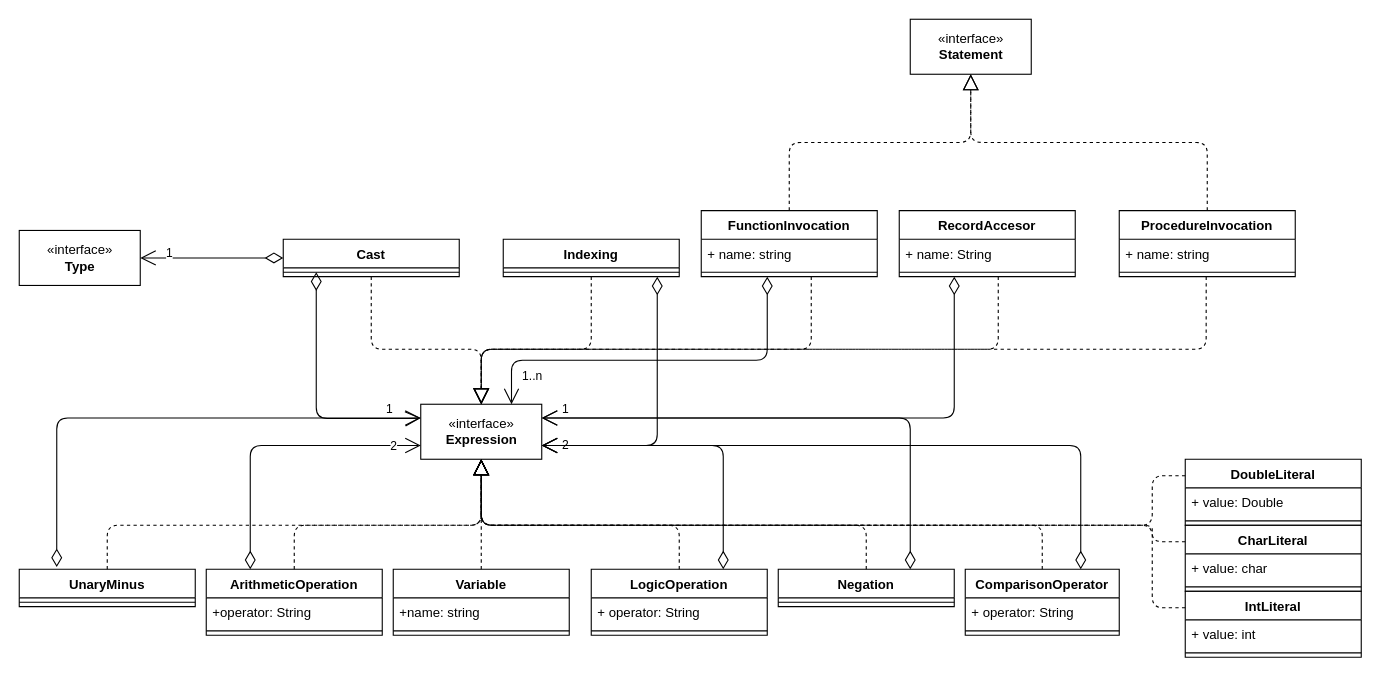
Before: uml/expressions.drawio in ludvij/C-minus-minus, a draw.io diagram. Source tidied: cells renumbered, new cells numbered last; positions are measured from the earlier drawing's top-left corner, leaving out a move shared by most shapes. Both pictures are drawn from the tidied source at 110%, with x=0, y=0 at pixel (19, 19).
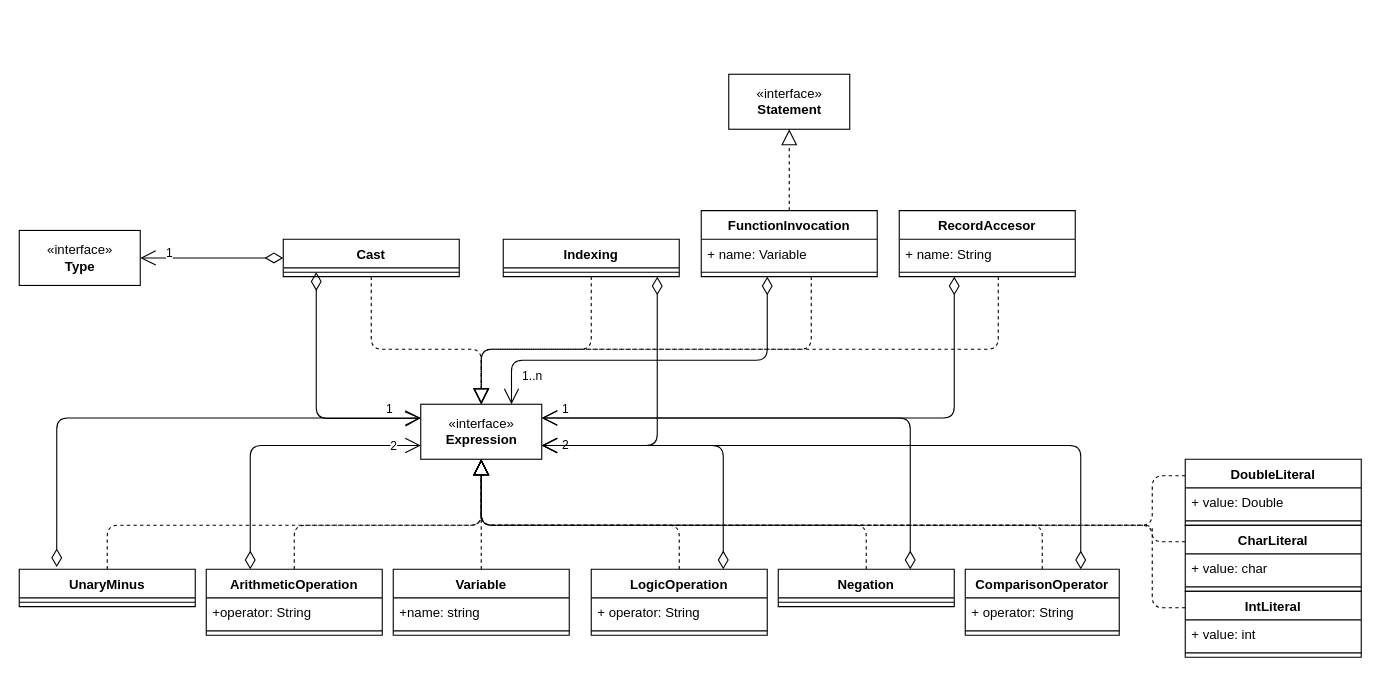
The same diagram, later.

Unchanged cells that the change refers to:
```xml
<mxCell id="11" value="«interface»&lt;br&gt;&lt;div&gt;&lt;b&gt;Expression&lt;/b&gt;&lt;/div&gt;" style="html=1;" parent="1" vertex="1">
  <mxGeometry x="365" y="350" width="110" height="50" as="geometry" />
</mxCell>
<mxCell id="50" value="FunctionInvocation" style="swimlane;fontStyle=1;align=center;verticalAlign=top;horizontal=1;startSize=26;" parent="1" vertex="1">
  <mxGeometry x="620" y="174" width="160" height="60" as="geometry" />
</mxCell>
```

What changed in the source:
```diff
@@
-    <mxCell id="47" value="ProcedureInvocation" style="swimlane;fontStyle=1;align=center;verticalAlign=top;horizontal=1;startSize=26;" parent="1" vertex="1">
-      <mxGeometry x="1000" y="174" width="160" height="60" as="geometry" />
-    </mxCell>
-    <mxCell id="48" value="+ name: string" style="text;strokeColor=none;fillColor=none;align=left;verticalAlign=top;spacingLeft=4;spacingRight=4;overflow=hidden;" parent="47" vertex="1">
-      <mxGeometry y="26" width="160" height="26" as="geometry" />
-    </mxCell>
-    <mxCell id="49" style="line;strokeWidth=1;fillColor=none;align=left;verticalAlign=middle;spacingTop=-1;spacingLeft=3;spacingRight=3;labelPosition=right;points=[];portConstraint=eastwest;" parent="47" vertex="1">
-      <mxGeometry y="52" width="160" height="8" as="geometry" />
-    </mxCell>
@@
-    <mxCell id="51" value="+ name: string" style="text;strokeColor=none;fillColor=none;align=left;verticalAlign=top;spacingLeft=4;spacingRight=4;overflow=hidden;" parent="50" vertex="1">
+    <mxCell id="51" value="+ name: Variable" style="text;strokeColor=none;fillColor=none;align=left;verticalAlign=top;spacingLeft=4;spacingRight=4;overflow=hidden;" parent="50" vertex="1">
       <mxGeometry y="26" width="160" height="26" as="geometry" />
     </mxCell>
@@
-    <mxCell id="53" style="endArrow=block;dashed=1;endFill=0;endSize=12;html=1;rounded=1;exitX=0.494;exitY=1;exitDx=0;exitDy=0;exitPerimeter=0;entryX=0.5;entryY=0;entryDx=0;entryDy=0;" parent="1" edge="1" source="49" target="11">
-      <mxGeometry relative="1" as="geometry">
-        <Array as="points">
-          <mxPoint x="1079" y="300" />
-          <mxPoint x="420" y="300" />
-        </Array>
-      </mxGeometry>
-    </mxCell>
     <mxCell id="54" value="«interface»&lt;br&gt;&lt;div&gt;&lt;b&gt;Statement&lt;/b&gt;&lt;/div&gt;" style="html=1;" parent="1" vertex="1">
-      <mxGeometry x="810" width="110" height="50" as="geometry" />
+      <mxGeometry x="645" y="50" width="110" height="50" as="geometry" />
     </mxCell>
@@
-    <mxCell id="56" style="endArrow=block;dashed=1;endFill=0;endSize=12;html=1;rounded=1;edgeStyle=orthogonalEdgeStyle;entryX=0.5;entryY=1;entryDx=0;entryDy=0;exitX=0.5;exitY=0;exitDx=0;exitDy=0;" parent="1" edge="1" source="47" target="54">
-      <mxGeometry relative="1" as="geometry" />
-    </mxCell>
```
